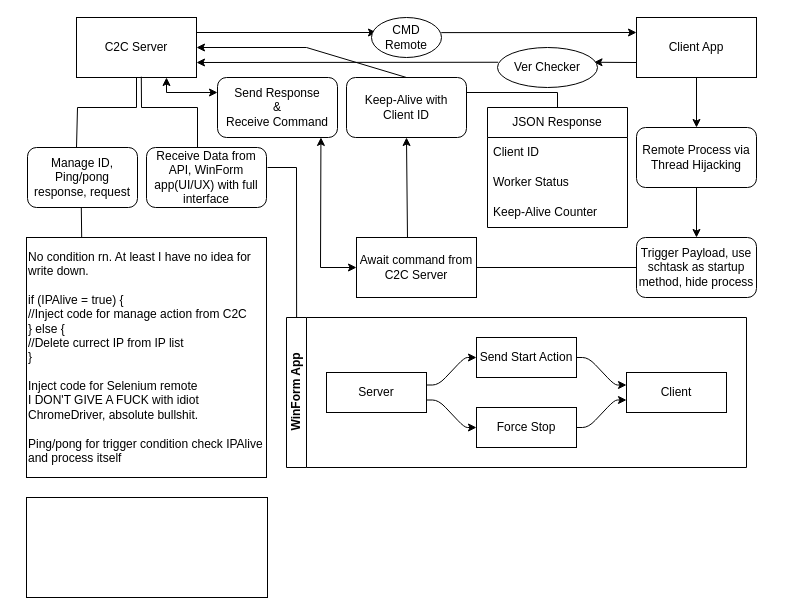
Before: Biểu đồ không có tiêu đề.drawio in ArimaTheH/ArimaTheH, a draw.io diagram. Source tidied: cells renumbered, new cells numbered last; positions are measured from the earlier drawing's top-left corner, leaving out a move shared by most shapes. Both pictures are drawn from the tidied source at 100%, with x=0, y=0 at pixel (26, 17).
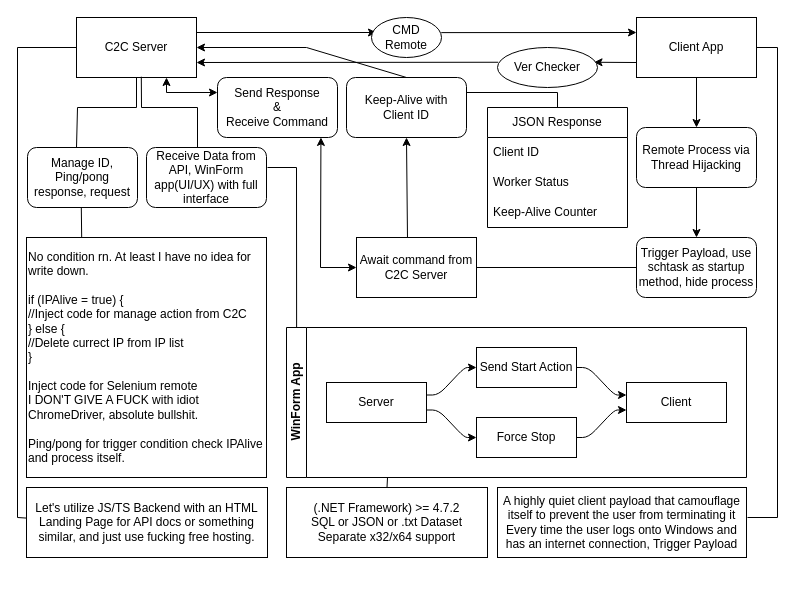
After the change.

Commit message:
Cập nhật Biểu đồ không có tiêu đề.drawio

The change refers to these unchanged cells:
```xml
<mxCell id="2" value="C2C Server" style="rounded=0;whiteSpace=wrap;html=1;" parent="1" vertex="1">
  <mxGeometry x="50" width="120" height="60" as="geometry" />
</mxCell>
<mxCell id="3" value="Client App" style="rounded=0;whiteSpace=wrap;html=1;" parent="1" vertex="1">
  <mxGeometry x="610" width="120" height="60" as="geometry" />
</mxCell>
```

The edit, as a diff of the source:
```diff
@@
-    <mxCell id="22" value="&lt;div&gt;No condition rn. At least I have no idea for write down.&lt;/div&gt;&lt;div&gt;&lt;br&gt;&lt;/div&gt;if (IPAlive = true) {&lt;div&gt;//Inject code for manage action from C2C&lt;div&gt;&lt;div&gt;&lt;span style=&quot;background-color: initial;&quot;&gt;} else {&lt;/span&gt;&lt;/div&gt;&lt;div&gt;&lt;span style=&quot;background-color: initial;&quot;&gt;//Delete currect IP from IP list&lt;/span&gt;&lt;/div&gt;&lt;div&gt;&lt;span style=&quot;background-color: initial;&quot;&gt;}&lt;/span&gt;&lt;/div&gt;&lt;/div&gt;&lt;/div&gt;&lt;div&gt;&lt;span style=&quot;background-color: initial;&quot;&gt;&lt;br&gt;&lt;/span&gt;&lt;/div&gt;&lt;div&gt;&lt;span style=&quot;background-color: initial;&quot;&gt;Inject code for Selenium remote&lt;br&gt;I DON'T GIVE A FUCK with idiot ChromeDriver, absolute bullshit.&lt;/span&gt;&lt;/div&gt;&lt;div&gt;&lt;span style=&quot;background-color: initial;&quot;&gt;&lt;br&gt;&lt;/span&gt;&lt;/div&gt;&lt;div&gt;&lt;span style=&quot;background-color: initial;&quot;&gt;Ping/pong for trigger&amp;nbsp;&lt;/span&gt;&lt;span style=&quot;background-color: initial;&quot;&gt;condition&lt;/span&gt;&lt;span style=&quot;background-color: initial;&quot;&gt;&amp;nbsp;check IPAlive&lt;/span&gt;&lt;/div&gt;&lt;div&gt;&lt;span style=&quot;background-color: initial;&quot;&gt;and process itself&lt;/span&gt;&lt;/div&gt;" style="whiteSpace=wrap;html=1;align=left;" parent="1" vertex="1">
+    <mxCell id="22" value="&lt;div&gt;No condition rn. At least I have no idea for write down.&lt;/div&gt;&lt;div&gt;&lt;br&gt;&lt;/div&gt;if (IPAlive = true) {&lt;div&gt;//Inject code for manage action from C2C&lt;div&gt;&lt;div&gt;&lt;span style=&quot;background-color: initial;&quot;&gt;} else {&lt;/span&gt;&lt;/div&gt;&lt;div&gt;&lt;span style=&quot;background-color: initial;&quot;&gt;//Delete currect IP from IP list&lt;/span&gt;&lt;/div&gt;&lt;div&gt;&lt;span style=&quot;background-color: initial;&quot;&gt;}&lt;/span&gt;&lt;/div&gt;&lt;/div&gt;&lt;/div&gt;&lt;div&gt;&lt;span style=&quot;background-color: initial;&quot;&gt;&lt;br&gt;&lt;/span&gt;&lt;/div&gt;&lt;div&gt;&lt;span style=&quot;background-color: initial;&quot;&gt;Inject code for Selenium remote&lt;br&gt;I DON'T GIVE A FUCK with idiot ChromeDriver, absolute bullshit.&lt;/span&gt;&lt;/div&gt;&lt;div&gt;&lt;span style=&quot;background-color: initial;&quot;&gt;&lt;br&gt;&lt;/span&gt;&lt;/div&gt;&lt;div&gt;&lt;span style=&quot;background-color: initial;&quot;&gt;Ping/pong for trigger&amp;nbsp;&lt;/span&gt;&lt;span style=&quot;background-color: initial;&quot;&gt;condition&lt;/span&gt;&lt;span style=&quot;background-color: initial;&quot;&gt;&amp;nbsp;check IPAlive&lt;/span&gt;&lt;/div&gt;&lt;div&gt;&lt;span style=&quot;background-color: initial;&quot;&gt;and process itself.&lt;/span&gt;&lt;/div&gt;" style="whiteSpace=wrap;html=1;align=left;" parent="1" vertex="1">
       <mxGeometry y="220" width="240" height="240" as="geometry" />
     </mxCell>
     <mxCell id="23" value="WinForm App" style="swimlane;html=1;startSize=20;horizontal=0;flowOrientation=west;interRankCellSpacing=50;containerType=tree;fontSize=12;" parent="1" vertex="1">
-      <mxGeometry x="260" y="300" width="460" height="150" as="geometry" />
+      <mxGeometry x="260" y="310" width="460" height="150" as="geometry" />
     </mxCell>
@@
-    <mxCell id="38" style="rounded=0;whiteSpace=wrap;html=1;" parent="1" vertex="1">
-      <mxGeometry y="480" width="241" height="100" as="geometry" />
+    <mxCell id="38" value="A highly quiet client payload that camouflage itself to prevent the user from terminating it&lt;div&gt;Every time the user logs onto Windows and has an internet connection, Trigger Payload&lt;br&gt;&lt;/div&gt;" style="rounded=0;whiteSpace=wrap;html=1;" parent="1" vertex="1">
+      <mxGeometry x="471" y="470" width="249" height="70" as="geometry" />
     </mxCell>
@@
+    <mxCell id="44" style="endArrow=none;html=1;rounded=0;entryX=1;entryY=0.5;entryDx=0;entryDy=0;" parent="1" edge="1" target="3">
+      <mxGeometry relative="1" as="geometry">
+        <mxPoint x="721" y="500" as="sourcePoint" />
+        <Array as="points">
+          <mxPoint x="751" y="500" />
+          <mxPoint x="751" y="30" />
+        </Array>
+      </mxGeometry>
+    </mxCell>
+    <mxCell id="45" style="endArrow=none;html=1;rounded=0;entryX=0;entryY=0.5;entryDx=0;entryDy=0;exitX=0;exitY=0.437;exitDx=0;exitDy=0;exitPerimeter=0;" parent="1" edge="1" source="46" target="2">
+      <mxGeometry relative="1" as="geometry">
+        <Array as="points">
+          <mxPoint x="-9" y="500" />
+          <mxPoint x="-9" y="30" />
+        </Array>
+      </mxGeometry>
+    </mxCell>
+    <mxCell id="46" value="Let's utilize JS/TS Backend with an HTML Landing Page for API docs or something similar, and just use fucking free hosting." style="rounded=0;whiteSpace=wrap;html=1;" parent="1" vertex="1">
+      <mxGeometry y="470" width="241" height="70" as="geometry" />
+    </mxCell>
+    <mxCell id="47" value="(.NET Framework) &amp;gt;= 4.7.2&lt;div&gt;SQL or JSON or .txt Dataset&lt;/div&gt;&lt;div&gt;Separate x32/x64 support&lt;/div&gt;" style="rounded=0;whiteSpace=wrap;html=1;" parent="1" vertex="1">
+      <mxGeometry x="260" y="470" width="201" height="70" as="geometry" />
+    </mxCell>
+    <mxCell id="48" style="endArrow=none;html=1;rounded=0;entryX=0.5;entryY=0;entryDx=0;entryDy=0;" parent="1" edge="1" target="47">
+      <mxGeometry relative="1" as="geometry">
+        <mxPoint x="361" y="460" as="sourcePoint" />
+      </mxGeometry>
+    </mxCell>
```
